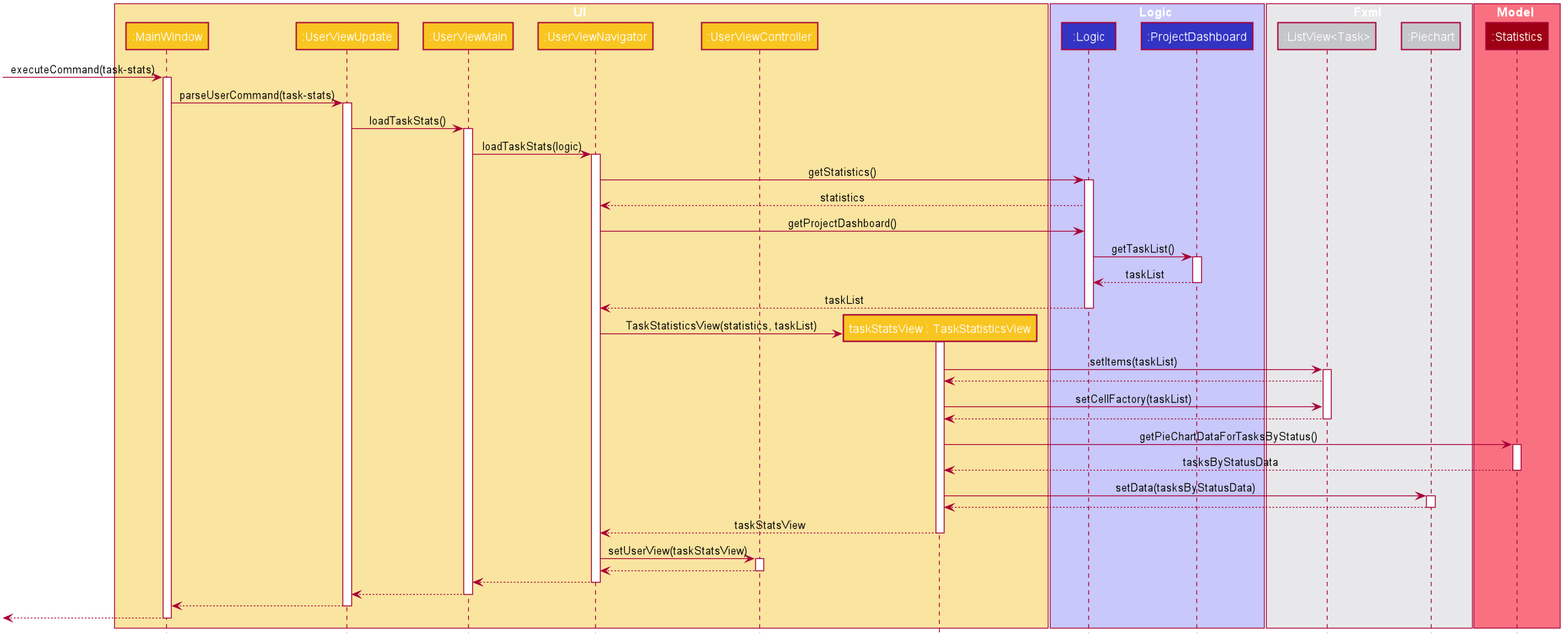
The PlantUML diagram docs/images/GetStatisticsUISequenceDiagram.png in nus-cs2103-AY1920S1/addressbook-level3, before a commit. Its diagram source:
```plantuml
@startuml









skinparam BackgroundColor #FFFFFFF

skinparam Shadowing false

skinparam Class {
    FontColor #FFFFFF
    BorderThickness 1
    BorderColor #FFFFFF
    StereotypeFontColor #FFFFFF
    FontName Arial
}

skinparam Actor {
    BorderColor #000000
    Color #000000
    FontName Arial
}

skinparam Sequence {
    MessageAlign center
    BoxFontSize 15
    BoxPadding 0
    BoxFontColor #FFFFFF
    FontName Arial
}

skinparam Participant {
    FontColor #FFFFFFF
    Padding 20
}

skinparam MinClassWidth 50
skinparam ParticipantPadding 10
skinparam Shadowing false
skinparam DefaultTextAlignment center
skinparam packageStyle Rectangle

hide footbox
hide members
hide circle

box UI #F9E4A0
participant ":MainWindow" as MainWindow #F9C521
participant ":UserViewUpdate" as UserViewUpdate #F9C521
participant ":UserViewMain" as UserViewMain #F9C521
participant ":UserViewNavigator" as UserViewNavigator #F9C521
participant ":UserViewController" as UserViewController #F9C521
participant "taskStatsView : TaskStatisticsView" as TaskStatisticsView #F9C521
end box

box Logic #C8C8FA
participant ":Logic" as Logic #3333C4
participant ":ProjectDashboard" as ProjectDashboard #3333C4
end box


box Fxml #E8E8EA
participant ":ListView<Task>" as ListView #C5C6C9
participant ":Piechart" as Piechart #C5C6C9
end box

box Model #F97181
participant ":Statistics" as Statistics #9D0012
end box


[-> MainWindow : executeCommand(task-stats)
activate MainWindow

MainWindow -> UserViewUpdate : parseUserCommand(task-stats)
activate UserViewUpdate

UserViewUpdate -> UserViewMain : loadTaskStats()
activate UserViewMain

UserViewMain -> UserViewNavigator : loadTaskStats(logic)
activate UserViewNavigator

UserViewNavigator -> Logic : getStatistics()
activate Logic
Logic --> UserViewNavigator : statistics

UserViewNavigator -> Logic : getProjectDashboard()

Logic -> ProjectDashboard : getTaskList()
activate ProjectDashboard

ProjectDashboard --> Logic : taskList
deactivate ProjectDashboard

Logic  --> UserViewNavigator : taskList
deactivate Logic

create TaskStatisticsView
UserViewNavigator -> TaskStatisticsView : TaskStatisticsView(statistics, taskList)
activate TaskStatisticsView

TaskStatisticsView -> ListView : setItems(taskList)
activate ListView
ListView --> TaskStatisticsView

TaskStatisticsView -> ListView : setCellFactory(taskList)
ListView --> TaskStatisticsView
deactivate ListView

TaskStatisticsView -> Statistics : getPieChartDataForTasksByStatus()
activate Statistics

Statistics --> TaskStatisticsView : tasksByStatusData
deactivate Statistics


TaskStatisticsView -> Piechart : setData(tasksByStatusData)
activate Piechart

Piechart --> TaskStatisticsView
deactivate Piechart

TaskStatisticsView --> UserViewNavigator : taskStatsView
deactivate TaskStatisticsView

UserViewNavigator -> UserViewController : setUserView(taskStatsView)
activate UserViewController

UserViewController --> UserViewNavigator
deactivate UserViewController

UserViewNavigator --> UserViewMain
deactivate UserViewNavigator

UserViewMain --> UserViewUpdate
deactivate UserViewMain

UserViewUpdate --> MainWindow
deactivate UserViewUpdate

[<--MainWindow
deactivate MainWindow
@enduml
```
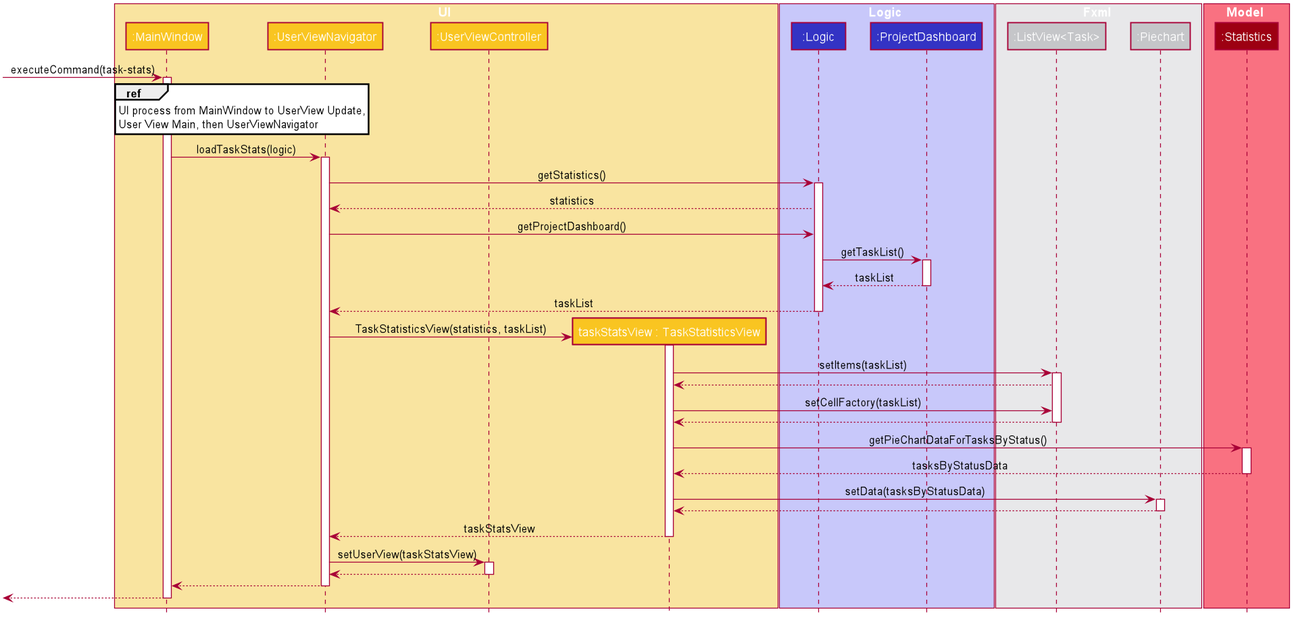
After the commit.

The edit, as a diff of the source:
```diff
@@ -51,8 +51,6 @@
 
 box UI #F9E4A0
 participant ":MainWindow" as MainWindow #F9C521
-participant ":UserViewUpdate" as UserViewUpdate #F9C521
-participant ":UserViewMain" as UserViewMain #F9C521
 participant ":UserViewNavigator" as UserViewNavigator #F9C521
 participant ":UserViewController" as UserViewController #F9C521
 participant "taskStatsView : TaskStatisticsView" as TaskStatisticsView #F9C521
@@ -77,13 +75,9 @@
 [-> MainWindow : executeCommand(task-stats)
 activate MainWindow
 
-MainWindow -> UserViewUpdate : parseUserCommand(task-stats)
-activate UserViewUpdate
+ref over MainWindow: UI process from MainWindow to UserView Update,\nUser View Main, then UserViewNavigator
 
-UserViewUpdate -> UserViewMain : loadTaskStats()
-activate UserViewMain
-
-UserViewMain -> UserViewNavigator : loadTaskStats(logic)
+MainWindow -> UserViewNavigator : loadTaskStats(logic)
 activate UserViewNavigator
 
 UserViewNavigator -> Logic : getStatistics()
@@ -135,14 +129,8 @@
 UserViewController --> UserViewNavigator
 deactivate UserViewController
 
-UserViewNavigator --> UserViewMain
+UserViewNavigator --> MainWindow
 deactivate UserViewNavigator
-
-UserViewMain --> UserViewUpdate
-deactivate UserViewMain
-
-UserViewUpdate --> MainWindow
-deactivate UserViewUpdate
 
 [<--MainWindow
 deactivate MainWindow
```
